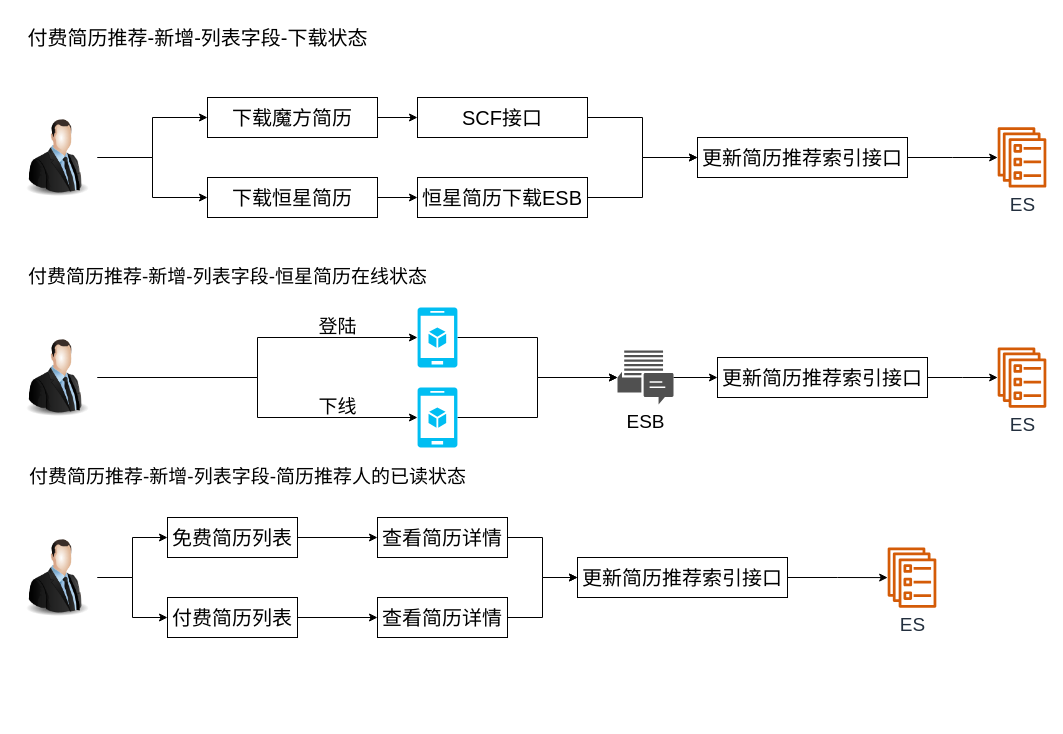
Earlier version of the draw.io diagram 邀约管理优化3.0.drawio (LuOyEbY/draw-b). Source tidied: cells renumbered, new cells numbered last; positions are measured from the earlier drawing's top-left corner, leaving out a move shared by most shapes. Both pictures are drawn from the tidied source at 100%, with x=0, y=0 at pixel (17, 17).
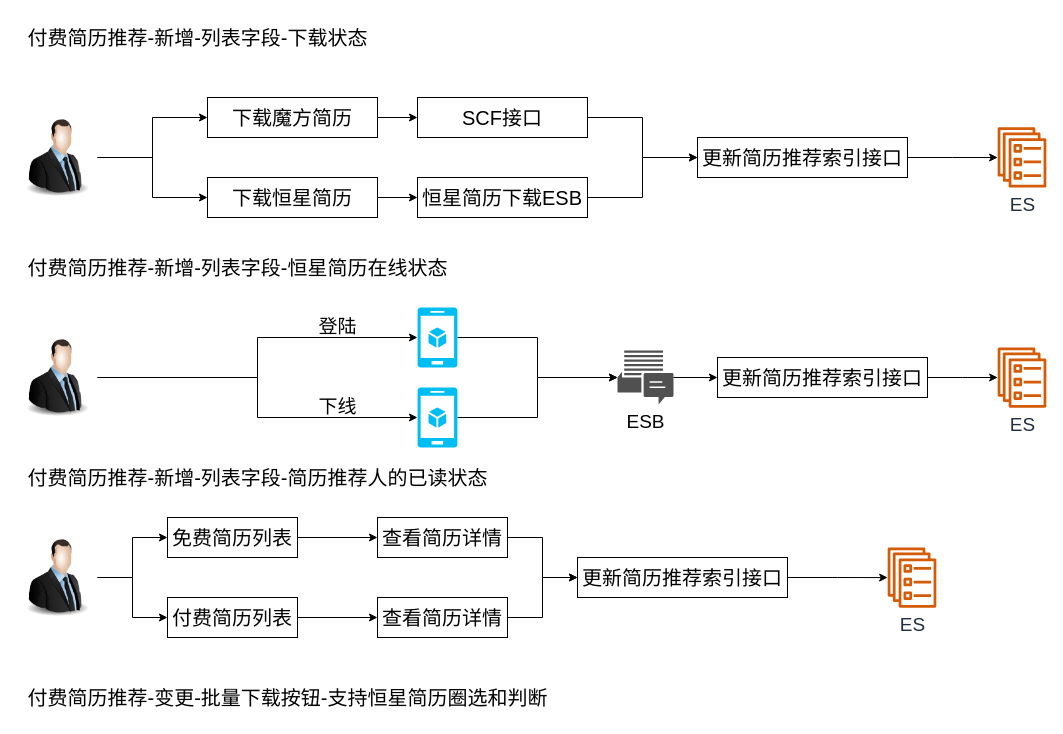
Above is the later version.

Commit message:
更新邀约管理优化3.0.drawio

What changed in the source:
```diff
@@
-    <mxCell id="2" value="&lt;font style=&quot;font-size: 20px;&quot;&gt;付费简历推荐-新增-列表字段-下载状态&lt;/font&gt;" style="text;html=1;align=center;verticalAlign=middle;strokeColor=none;fillColor=none;" parent="1" vertex="1">
+    <mxCell id="2" value="&lt;font style=&quot;font-size: 20px;&quot;&gt;付费简历推荐-新增-列表字段-下载状态&lt;/font&gt;" style="text;html=1;align=center;verticalAlign=middle;strokeColor=none;fillColor=none;fontSize=20;" parent="1" vertex="1">
       <mxGeometry width="360" height="40" as="geometry" />
     </mxCell>
@@
-    <mxCell id="17" value="付费简历推荐-新增-列表字段-恒星简历在线状态" style="text;html=1;align=center;verticalAlign=middle;strokeColor=none;fillColor=none;fontSize=19;" parent="1" vertex="1">
-      <mxGeometry y="240" width="420" height="40" as="geometry" />
+    <mxCell id="17" value="付费简历推荐-新增-列表字段-恒星简历在线状态" style="text;html=1;align=center;verticalAlign=middle;strokeColor=none;fillColor=none;fontSize=20;" parent="1" vertex="1">
+      <mxGeometry y="230" width="440" height="40" as="geometry" />
     </mxCell>
@@
-    <mxCell id="30" value="付费简历推荐-新增-列表字段-简历推荐人的已读状态" style="text;html=1;align=center;verticalAlign=middle;strokeColor=none;fillColor=none;fontSize=19;" parent="1" vertex="1">
-      <mxGeometry y="440" width="460" height="40" as="geometry" />
+    <mxCell id="30" value="付费简历推荐-新增-列表字段-简历推荐人的已读状态" style="text;html=1;align=center;verticalAlign=middle;strokeColor=none;fillColor=none;fontSize=20;" parent="1" vertex="1">
+      <mxGeometry y="440" width="480" height="40" as="geometry" />
     </mxCell>
@@
+    <mxCell id="47" value="付费简历推荐-变更-批量下载按钮-支持恒星简历圈选和判断" style="text;html=1;align=center;verticalAlign=middle;strokeColor=none;fillColor=none;strokeWidth=4;fontSize=20;" parent="1" vertex="1">
+      <mxGeometry y="660" width="540" height="40" as="geometry" />
+    </mxCell>
```
